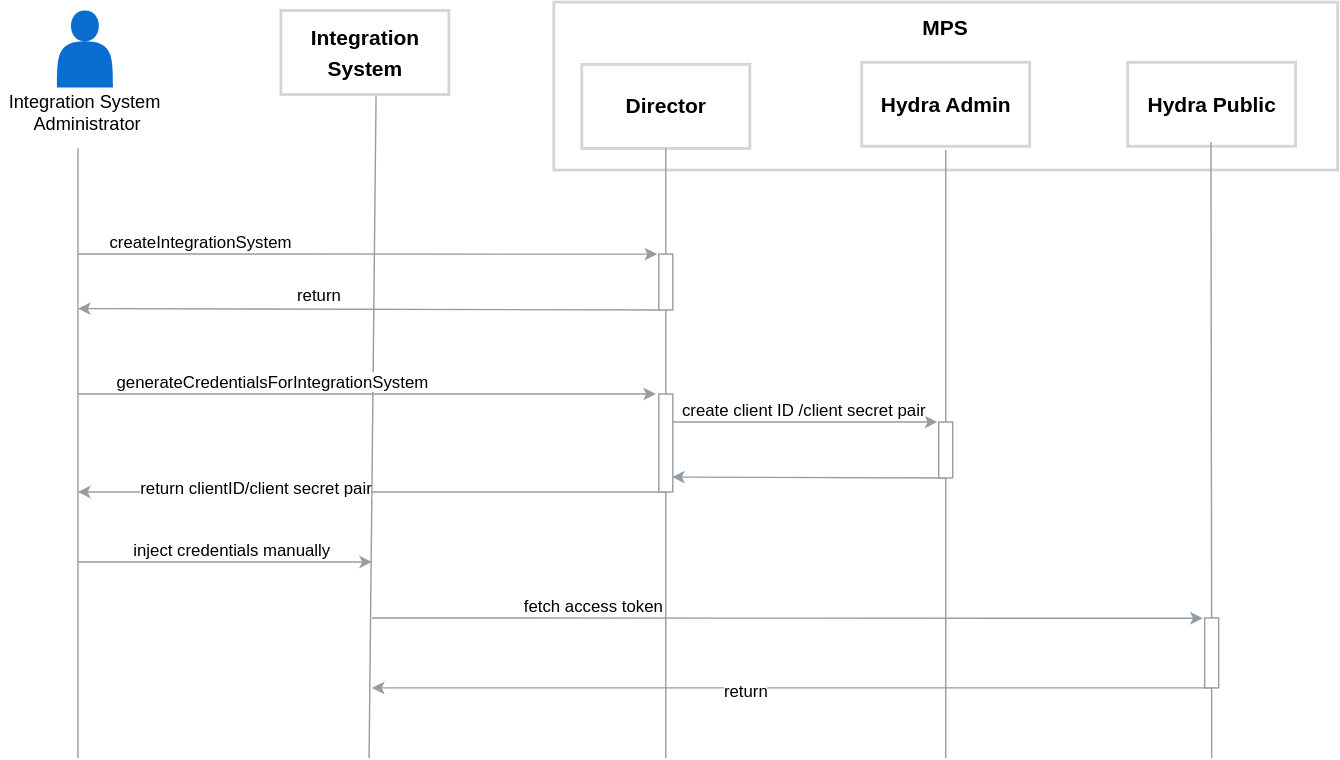
This is docs/architecture/assets/integration-system-registration.svg from kyma-incubator/compass, a draw.io export, as it was before one commit. Source tidied: cells renumbered, new cells last; positions are measured from the earlier drawing's top-left corner, leaving out a move shared by most shapes. Source of this version:
```xml
<mxGraphModel background="#ffffff">
  <root>
    <mxCell id="0" />
    <mxCell id="1" parent="0" />
    <mxCell id="2" value="&lt;font style=&quot;font-size: 15px&quot;&gt;&lt;b&gt;MPS&lt;br&gt;&lt;/b&gt;&lt;/font&gt;" style="rounded=0;whiteSpace=wrap;html=1;strokeColor=#D2D5D9;strokeWidth=2;fillColor=#ffffff;fontFamily=Helvetica;fontSize=18;fontColor=#000000;align=center;spacingTop=0;verticalAlign=top;" parent="1" vertex="1">
      <mxGeometry x="395" width="560" height="120" as="geometry" />
    </mxCell>
    <mxCell id="3" style="endArrow=none;html=1;labelBackgroundColor=none;strokeColor=#959CA4;strokeWidth=1;fillColor=#000000;fontFamily=Helvetica;fontSize=18;fontColor=#000000;entryX=0.5;entryY=1;entryDx=0;entryDy=0;" parent="1" edge="1">
      <mxGeometry relative="1" as="geometry">
        <mxPoint x="263" y="540" as="sourcePoint" />
        <mxPoint x="268" y="66" as="targetPoint" />
      </mxGeometry>
    </mxCell>
    <mxCell id="4" value="&lt;font style=&quot;font-size: 15px&quot;&gt;&lt;b&gt;Integration&lt;br&gt;System&lt;br&gt;&lt;/b&gt;&lt;/font&gt;" style="rounded=0;whiteSpace=wrap;html=1;strokeColor=#D2D5D9;strokeWidth=2;fillColor=#ffffff;fontFamily=Helvetica;fontSize=18;fontColor=#000000;align=center;" parent="1" vertex="1">
      <mxGeometry x="200" y="6" width="120" height="60" as="geometry" />
    </mxCell>
    <mxCell id="5" style="shape=actor;whiteSpace=wrap;html=1;rounded=0;shadow=0;glass=0;comic=0;labelBackgroundColor=none;strokeColor=none;strokeWidth=1;fillColor=#0A6ED1;fontColor=none;" parent="1" vertex="1">
      <mxGeometry x="40" y="6" width="40" height="55" as="geometry" />
    </mxCell>
    <mxCell id="6" value="Integration System&lt;br&gt;&amp;nbsp;Administrator" style="text;html=1;align=center;verticalAlign=middle;spacingTop=-4;fontColor=none;fontSize=13;" parent="1" vertex="1">
      <mxGeometry y="65" width="120" height="30" as="geometry" />
    </mxCell>
    <mxCell id="7" value="&lt;font style=&quot;font-size: 15px&quot;&gt;&lt;b&gt;Director&lt;br&gt;&lt;/b&gt;&lt;/font&gt;" style="rounded=0;whiteSpace=wrap;html=1;strokeColor=#D2D5D9;strokeWidth=2;fillColor=#ffffff;fontFamily=Helvetica;fontSize=18;fontColor=#000000;align=center;" parent="1" vertex="1">
      <mxGeometry x="415" y="44.5" width="120" height="60" as="geometry" />
    </mxCell>
    <mxCell id="8" style="endArrow=none;html=1;labelBackgroundColor=none;strokeColor=#959CA4;strokeWidth=1;fillColor=#000000;fontFamily=Helvetica;fontSize=18;fontColor=#000000;entryX=0.5;entryY=1;entryDx=0;entryDy=0;" parent="1" edge="1">
      <mxGeometry relative="1" as="geometry">
        <mxPoint x="675" y="540" as="sourcePoint" />
        <mxPoint x="675" y="105.5" as="targetPoint" />
      </mxGeometry>
    </mxCell>
    <mxCell id="9" style="endArrow=none;html=1;labelBackgroundColor=none;strokeColor=#959CA4;strokeWidth=1;fillColor=#000000;fontFamily=Helvetica;fontSize=18;fontColor=#000000;entryX=0.5;entryY=1;entryDx=0;entryDy=0;" parent="1" edge="1">
      <mxGeometry relative="1" as="geometry">
        <mxPoint x="55" y="540" as="sourcePoint" />
        <mxPoint x="55" y="104.5" as="targetPoint" />
      </mxGeometry>
    </mxCell>
    <mxCell id="10" style="endArrow=none;html=1;labelBackgroundColor=none;strokeColor=#959CA4;strokeWidth=1;fillColor=#000000;fontFamily=Helvetica;fontSize=18;fontColor=#000000;startArrow=classic;startFill=1;endFill=0;exitX=-0.109;exitY=0.001;exitDx=0;exitDy=0;exitPerimeter=0;" parent="1" edge="1" source="31">
      <mxGeometry relative="1" as="geometry">
        <mxPoint x="55" y="180" as="targetPoint" />
      </mxGeometry>
    </mxCell>
    <mxCell id="11" value="createIntegrationSystem" style="text;html=1;align=center;verticalAlign=middle;labelBackgroundColor=#ffffff;" parent="10" vertex="1">
      <mxGeometry x="0.22" y="2" relative="1" as="geometry">
        <mxPoint x="-73" y="-12" as="offset" />
      </mxGeometry>
    </mxCell>
    <mxCell id="12" value="&lt;font style=&quot;font-size: 15px&quot;&gt;&lt;b&gt;Hydra Admin&lt;br&gt;&lt;/b&gt;&lt;/font&gt;" style="rounded=0;whiteSpace=wrap;html=1;strokeColor=#D2D5D9;strokeWidth=2;fillColor=#ffffff;fontFamily=Helvetica;fontSize=18;fontColor=#000000;align=center;" parent="1" vertex="1">
      <mxGeometry x="615" y="43" width="120" height="60" as="geometry" />
    </mxCell>
    <mxCell id="13" style="endArrow=none;html=1;labelBackgroundColor=none;strokeColor=#959CA4;strokeWidth=1;fillColor=#000000;fontFamily=Helvetica;fontSize=18;fontColor=#000000;entryX=0.5;entryY=1;entryDx=0;entryDy=0;" parent="1" edge="1" source="31">
      <mxGeometry relative="1" as="geometry">
        <mxPoint x="475" y="104.5" as="targetPoint" />
      </mxGeometry>
    </mxCell>
    <mxCell id="14" style="endArrow=none;html=1;labelBackgroundColor=none;strokeColor=#959CA4;strokeWidth=1;fillColor=#000000;fontFamily=Helvetica;fontSize=18;fontColor=#000000;startArrow=classic;startFill=1;endFill=0;" parent="1" edge="1">
      <mxGeometry relative="1" as="geometry">
        <mxPoint x="468" y="280" as="sourcePoint" />
        <mxPoint x="55" y="280" as="targetPoint" />
      </mxGeometry>
    </mxCell>
    <mxCell id="15" value="generateCredentialsForIntegrationSystem" style="text;html=1;align=center;verticalAlign=middle;labelBackgroundColor=#ffffff;" parent="14" vertex="1">
      <mxGeometry x="0.22" y="2" relative="1" as="geometry">
        <mxPoint x="-23" y="-12" as="offset" />
      </mxGeometry>
    </mxCell>
    <mxCell id="16" style="endArrow=none;html=1;labelBackgroundColor=none;strokeColor=#959CA4;strokeWidth=1;fillColor=#000000;fontFamily=Helvetica;fontSize=18;fontColor=#000000;startArrow=classic;startFill=1;endFill=0;" parent="1" edge="1">
      <mxGeometry relative="1" as="geometry">
        <mxPoint x="669" y="300" as="sourcePoint" />
        <mxPoint x="475" y="300" as="targetPoint" />
      </mxGeometry>
    </mxCell>
    <mxCell id="17" value="create client ID /client secret pair" style="text;html=1;align=center;verticalAlign=middle;labelBackgroundColor=#ffffff;" parent="16" vertex="1">
      <mxGeometry x="0.16" y="-2" relative="1" as="geometry">
        <mxPoint x="16" y="-8" as="offset" />
      </mxGeometry>
    </mxCell>
    <mxCell id="18" style="endArrow=none;html=1;labelBackgroundColor=none;strokeColor=#959CA4;strokeWidth=1;fillColor=#000000;fontFamily=Helvetica;fontSize=18;fontColor=#000000;startArrow=classic;startFill=1;endFill=0;exitX=0.943;exitY=0.848;exitDx=0;exitDy=0;exitPerimeter=0;" parent="1" edge="1" source="34">
      <mxGeometry relative="1" as="geometry">
        <mxPoint x="675" y="340" as="targetPoint" />
      </mxGeometry>
    </mxCell>
    <mxCell id="19" style="endArrow=none;html=1;labelBackgroundColor=none;strokeColor=#959CA4;strokeWidth=1;fillColor=#000000;fontFamily=Helvetica;fontSize=18;fontColor=#000000;startArrow=classic;startFill=1;endFill=0;" parent="1" edge="1">
      <mxGeometry relative="1" as="geometry">
        <mxPoint x="55" y="350" as="sourcePoint" />
        <mxPoint x="475" y="350" as="targetPoint" />
      </mxGeometry>
    </mxCell>
    <mxCell id="20" value="return clientID/client secret pair" style="text;html=1;align=center;verticalAlign=middle;labelBackgroundColor=#ffffff;" parent="19" vertex="1">
      <mxGeometry x="-0.4" y="4" relative="1" as="geometry" />
    </mxCell>
    <mxCell id="21" style="endArrow=none;html=1;labelBackgroundColor=none;strokeColor=#959CA4;strokeWidth=1;fillColor=#000000;fontFamily=Helvetica;fontSize=18;fontColor=#000000;startArrow=classic;startFill=1;endFill=0;" parent="1" edge="1">
      <mxGeometry relative="1" as="geometry">
        <mxPoint x="265" y="400" as="sourcePoint" />
        <mxPoint x="55" y="400" as="targetPoint" />
      </mxGeometry>
    </mxCell>
    <mxCell id="22" value="inject credentials manually" style="text;html=1;align=center;verticalAlign=middle;labelBackgroundColor=#ffffff;" parent="21" vertex="1">
      <mxGeometry x="0.22" y="2" relative="1" as="geometry">
        <mxPoint x="28" y="-12" as="offset" />
      </mxGeometry>
    </mxCell>
    <mxCell id="23" style="endArrow=none;html=1;labelBackgroundColor=none;strokeColor=#959CA4;strokeWidth=1;fillColor=#000000;fontFamily=Helvetica;fontSize=18;fontColor=#000000;startArrow=classic;startFill=1;endFill=0;exitX=-0.137;exitY=0.005;exitDx=0;exitDy=0;exitPerimeter=0;" parent="1" edge="1" source="36">
      <mxGeometry relative="1" as="geometry">
        <mxPoint x="265" y="440" as="targetPoint" />
      </mxGeometry>
    </mxCell>
    <mxCell id="24" value="fetch access token" style="text;html=1;align=center;verticalAlign=middle;labelBackgroundColor=#ffffff;" parent="23" vertex="1">
      <mxGeometry x="0.22" y="2" relative="1" as="geometry">
        <mxPoint x="-73" y="-12" as="offset" />
      </mxGeometry>
    </mxCell>
    <mxCell id="25" value="&lt;font style=&quot;font-size: 15px&quot;&gt;&lt;b&gt;Hydra Public&lt;br&gt;&lt;/b&gt;&lt;/font&gt;" style="rounded=0;whiteSpace=wrap;html=1;strokeColor=#D2D5D9;strokeWidth=2;fillColor=#ffffff;fontFamily=Helvetica;fontSize=18;fontColor=#000000;align=center;" parent="1" vertex="1">
      <mxGeometry x="805" y="43" width="120" height="60" as="geometry" />
    </mxCell>
    <mxCell id="26" style="endArrow=none;html=1;labelBackgroundColor=none;strokeColor=#959CA4;strokeWidth=1;fillColor=#000000;fontFamily=Helvetica;fontSize=18;fontColor=#000000;entryX=0.5;entryY=1;entryDx=0;entryDy=0;" parent="1" edge="1" source="36">
      <mxGeometry relative="1" as="geometry">
        <mxPoint x="864.5" y="100" as="targetPoint" />
      </mxGeometry>
    </mxCell>
    <mxCell id="27" style="endArrow=none;html=1;labelBackgroundColor=none;strokeColor=#959CA4;strokeWidth=1;fillColor=#000000;fontFamily=Helvetica;fontSize=18;fontColor=#000000;startArrow=classic;startFill=1;endFill=0;" parent="1" edge="1">
      <mxGeometry relative="1" as="geometry">
        <mxPoint x="265" y="490" as="sourcePoint" />
        <mxPoint x="865" y="490" as="targetPoint" />
      </mxGeometry>
    </mxCell>
    <mxCell id="28" value="return" style="text;html=1;align=center;verticalAlign=middle;labelBackgroundColor=#ffffff;" parent="27" vertex="1">
      <mxGeometry x="-0.11" y="-1" relative="1" as="geometry" />
    </mxCell>
    <mxCell id="29" style="endArrow=none;html=1;labelBackgroundColor=none;strokeColor=#959CA4;strokeWidth=1;fillColor=#000000;fontFamily=Helvetica;fontSize=18;fontColor=#000000;startArrow=classic;startFill=1;endFill=0;fixDash=1;entryX=0.25;entryY=1;entryDx=0;entryDy=0;" parent="1" edge="1" target="31">
      <mxGeometry relative="1" as="geometry">
        <mxPoint x="55" y="219" as="sourcePoint" />
      </mxGeometry>
    </mxCell>
    <mxCell id="30" value="return" style="text;html=1;align=left;verticalAlign=top;spacingTop=-4;" parent="1" vertex="1">
      <mxGeometry x="210" y="200" width="50" height="20" as="geometry" />
    </mxCell>
    <mxCell id="31" style="rounded=0;whiteSpace=wrap;html=1;strokeColor=#959CA4;" parent="1" vertex="1">
      <mxGeometry x="470" y="180" width="10" height="40" as="geometry" />
    </mxCell>
    <mxCell id="32" style="endArrow=none;html=1;labelBackgroundColor=none;strokeColor=#959CA4;strokeWidth=1;fillColor=#000000;fontFamily=Helvetica;fontSize=18;fontColor=#000000;entryX=0.5;entryY=1;entryDx=0;entryDy=0;" parent="1" edge="1" source="34" target="31">
      <mxGeometry relative="1" as="geometry" />
    </mxCell>
    <mxCell id="33" style="rounded=0;whiteSpace=wrap;html=1;strokeColor=#959CA4;" parent="1" vertex="1">
      <mxGeometry x="670" y="300" width="10" height="40" as="geometry" />
    </mxCell>
    <mxCell id="34" style="rounded=0;whiteSpace=wrap;html=1;strokeColor=#959CA4;" parent="1" vertex="1">
      <mxGeometry x="470" y="280" width="10" height="70" as="geometry" />
    </mxCell>
    <mxCell id="35" style="endArrow=none;html=1;labelBackgroundColor=none;strokeColor=#959CA4;strokeWidth=1;fillColor=#000000;fontFamily=Helvetica;fontSize=18;fontColor=#000000;entryX=0.5;entryY=1;entryDx=0;entryDy=0;" parent="1" edge="1" target="34">
      <mxGeometry relative="1" as="geometry">
        <mxPoint x="475" y="540" as="sourcePoint" />
      </mxGeometry>
    </mxCell>
    <mxCell id="36" style="rounded=0;whiteSpace=wrap;html=1;strokeColor=#959CA4;" parent="1" vertex="1">
      <mxGeometry x="860" y="440" width="10" height="50" as="geometry" />
    </mxCell>
    <mxCell id="37" style="endArrow=none;html=1;labelBackgroundColor=none;strokeColor=#959CA4;strokeWidth=1;fillColor=#000000;fontFamily=Helvetica;fontSize=18;fontColor=#000000;entryX=0.5;entryY=1;entryDx=0;entryDy=0;" parent="1" edge="1" target="36">
      <mxGeometry relative="1" as="geometry">
        <mxPoint x="865" y="540" as="sourcePoint" />
      </mxGeometry>
    </mxCell>
  </root>
</mxGraphModel>
```
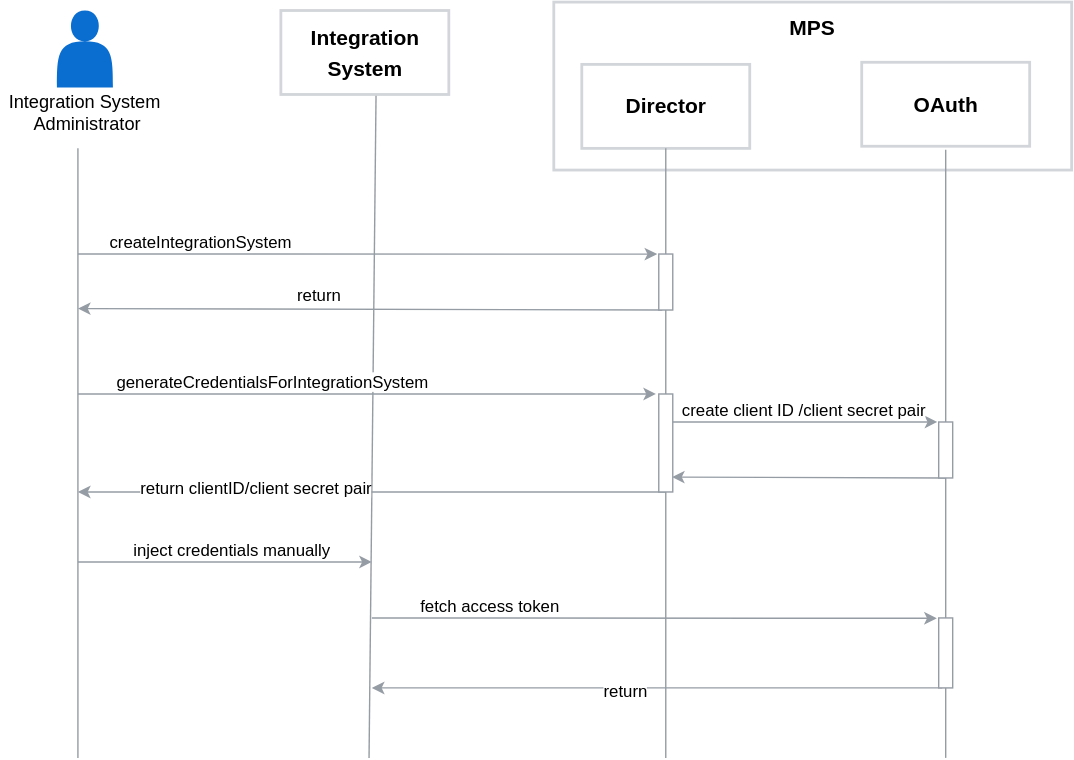
The same file after the commit.

The edit, as a diff of the source:
```diff
@@ -3,7 +3,7 @@
     <mxCell id="0" />
     <mxCell id="1" parent="0" />
     <mxCell id="2" value="&lt;font style=&quot;font-size: 15px&quot;&gt;&lt;b&gt;MPS&lt;br&gt;&lt;/b&gt;&lt;/font&gt;" style="rounded=0;whiteSpace=wrap;html=1;strokeColor=#D2D5D9;strokeWidth=2;fillColor=#ffffff;fontFamily=Helvetica;fontSize=18;fontColor=#000000;align=center;spacingTop=0;verticalAlign=top;" parent="1" vertex="1">
-      <mxGeometry x="395" width="560" height="120" as="geometry" />
+      <mxGeometry x="395" width="370" height="120" as="geometry" />
     </mxCell>
     <mxCell id="3" style="endArrow=none;html=1;labelBackgroundColor=none;strokeColor=#959CA4;strokeWidth=1;fillColor=#000000;fontFamily=Helvetica;fontSize=18;fontColor=#000000;entryX=0.5;entryY=1;entryDx=0;entryDy=0;" parent="1" edge="1">
       <mxGeometry relative="1" as="geometry">
@@ -23,9 +23,8 @@
     <mxCell id="7" value="&lt;font style=&quot;font-size: 15px&quot;&gt;&lt;b&gt;Director&lt;br&gt;&lt;/b&gt;&lt;/font&gt;" style="rounded=0;whiteSpace=wrap;html=1;strokeColor=#D2D5D9;strokeWidth=2;fillColor=#ffffff;fontFamily=Helvetica;fontSize=18;fontColor=#000000;align=center;" parent="1" vertex="1">
       <mxGeometry x="415" y="44.5" width="120" height="60" as="geometry" />
     </mxCell>
-    <mxCell id="8" style="endArrow=none;html=1;labelBackgroundColor=none;strokeColor=#959CA4;strokeWidth=1;fillColor=#000000;fontFamily=Helvetica;fontSize=18;fontColor=#000000;entryX=0.5;entryY=1;entryDx=0;entryDy=0;" parent="1" edge="1">
+    <mxCell id="8" style="endArrow=none;html=1;labelBackgroundColor=none;strokeColor=#959CA4;strokeWidth=1;fillColor=#000000;fontFamily=Helvetica;fontSize=18;fontColor=#000000;entryX=0.5;entryY=1;entryDx=0;entryDy=0;" parent="1" edge="1" source="36">
       <mxGeometry relative="1" as="geometry">
-        <mxPoint x="675" y="540" as="sourcePoint" />
         <mxPoint x="675" y="105.5" as="targetPoint" />
       </mxGeometry>
     </mxCell>
@@ -45,7 +44,7 @@
         <mxPoint x="-73" y="-12" as="offset" />
       </mxGeometry>
     </mxCell>
-    <mxCell id="12" value="&lt;font style=&quot;font-size: 15px&quot;&gt;&lt;b&gt;Hydra Admin&lt;br&gt;&lt;/b&gt;&lt;/font&gt;" style="rounded=0;whiteSpace=wrap;html=1;strokeColor=#D2D5D9;strokeWidth=2;fillColor=#ffffff;fontFamily=Helvetica;fontSize=18;fontColor=#000000;align=center;" parent="1" vertex="1">
+    <mxCell id="12" value="&lt;font style=&quot;font-size: 15px&quot;&gt;&lt;b&gt;OAuth&lt;br&gt;&lt;/b&gt;&lt;/font&gt;" style="rounded=0;whiteSpace=wrap;html=1;strokeColor=#D2D5D9;strokeWidth=2;fillColor=#ffffff;fontFamily=Helvetica;fontSize=18;fontColor=#000000;align=center;" parent="1" vertex="1">
       <mxGeometry x="615" y="43" width="120" height="60" as="geometry" />
     </mxCell>
     <mxCell id="13" style="endArrow=none;html=1;labelBackgroundColor=none;strokeColor=#959CA4;strokeWidth=1;fillColor=#000000;fontFamily=Helvetica;fontSize=18;fontColor=#000000;entryX=0.5;entryY=1;entryDx=0;entryDy=0;" parent="1" edge="1" source="31">
@@ -110,18 +109,9 @@
         <mxPoint x="-73" y="-12" as="offset" />
       </mxGeometry>
     </mxCell>
-    <mxCell id="25" value="&lt;font style=&quot;font-size: 15px&quot;&gt;&lt;b&gt;Hydra Public&lt;br&gt;&lt;/b&gt;&lt;/font&gt;" style="rounded=0;whiteSpace=wrap;html=1;strokeColor=#D2D5D9;strokeWidth=2;fillColor=#ffffff;fontFamily=Helvetica;fontSize=18;fontColor=#000000;align=center;" parent="1" vertex="1">
-      <mxGeometry x="805" y="43" width="120" height="60" as="geometry" />
-    </mxCell>
-    <mxCell id="26" style="endArrow=none;html=1;labelBackgroundColor=none;strokeColor=#959CA4;strokeWidth=1;fillColor=#000000;fontFamily=Helvetica;fontSize=18;fontColor=#000000;entryX=0.5;entryY=1;entryDx=0;entryDy=0;" parent="1" edge="1" source="36">
-      <mxGeometry relative="1" as="geometry">
-        <mxPoint x="864.5" y="100" as="targetPoint" />
-      </mxGeometry>
-    </mxCell>
-    <mxCell id="27" style="endArrow=none;html=1;labelBackgroundColor=none;strokeColor=#959CA4;strokeWidth=1;fillColor=#000000;fontFamily=Helvetica;fontSize=18;fontColor=#000000;startArrow=classic;startFill=1;endFill=0;" parent="1" edge="1">
+    <mxCell id="27" style="endArrow=none;html=1;labelBackgroundColor=none;strokeColor=#959CA4;strokeWidth=1;fillColor=#000000;fontFamily=Helvetica;fontSize=18;fontColor=#000000;startArrow=classic;startFill=1;endFill=0;entryX=0.25;entryY=1;entryDx=0;entryDy=0;" parent="1" edge="1" target="36">
       <mxGeometry relative="1" as="geometry">
         <mxPoint x="265" y="490" as="sourcePoint" />
-        <mxPoint x="865" y="490" as="targetPoint" />
       </mxGeometry>
     </mxCell>
     <mxCell id="28" value="return" style="text;html=1;align=center;verticalAlign=middle;labelBackgroundColor=#ffffff;" parent="27" vertex="1">
@@ -153,12 +143,12 @@
       </mxGeometry>
     </mxCell>
     <mxCell id="36" style="rounded=0;whiteSpace=wrap;html=1;strokeColor=#959CA4;" parent="1" vertex="1">
-      <mxGeometry x="860" y="440" width="10" height="50" as="geometry" />
+      <mxGeometry x="670" y="440" width="10" height="50" as="geometry" />
     </mxCell>
-    <mxCell id="37" style="endArrow=none;html=1;labelBackgroundColor=none;strokeColor=#959CA4;strokeWidth=1;fillColor=#000000;fontFamily=Helvetica;fontSize=18;fontColor=#000000;entryX=0.5;entryY=1;entryDx=0;entryDy=0;" parent="1" edge="1" target="36">
-      <mxGeometry relative="1" as="geometry">
-        <mxPoint x="865" y="540" as="sourcePoint" />
-      </mxGeometry>
-    </mxCell>
+    <mxCell id="38" style="endArrow=none;html=1;labelBackgroundColor=none;strokeColor=#959CA4;strokeWidth=1;fillColor=#000000;fontFamily=Helvetica;fontSize=18;fontColor=#000000;entryX=0.5;entryY=1;entryDx=0;entryDy=0;" parent="1" edge="1" target="36">
+      <mxGeometry relative="1" as="geometry">
+        <mxPoint x="675" y="540" as="sourcePoint" />
+      </mxGeometry>
+    </mxCell>
   </root>
 </mxGraphModel>
```
